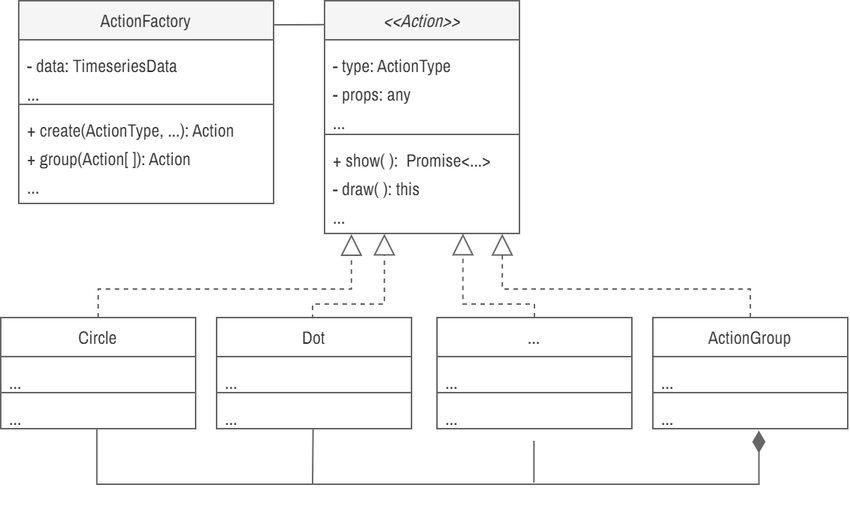
Earlier version of the draw.io export public/static/doc/action-classes.png (saifulkhan/storytelling-vis). Source tidied: cells renumbered, new cells last; positions are measured from the earlier drawing's top-left corner, leaving out a move shared by most shapes. The source it was exported from:
```xml
<mxGraphModel>
  <root>
    <mxCell id="0" />
    <mxCell id="1" parent="0" />
    <mxCell id="2" value="&lt;font face=&quot;Archivo Narrow&quot; style=&quot;font-size: 12px; font-weight: normal;&quot;&gt;&lt;i&gt;&amp;lt;&amp;lt;Action&amp;gt;&amp;gt;&lt;/i&gt;&lt;/font&gt;" style="swimlane;fontStyle=1;align=center;verticalAlign=top;horizontal=1;startSize=26;whiteSpace=wrap;html=1;fontFamily=Fira Sans Extra Condensed;fontSource=https%3A%2F%2Ffonts.googleapis.com%2Fcss%3Ffamily%3DFira%2BSans%2BExtra%2BCondensed;fontSize=12;fontColor=#333333;fillColor=#f5f5f5;strokeColor=#666666;" parent="1" vertex="1">
      <mxGeometry x="216" width="130" height="155" as="geometry" />
    </mxCell>
    <mxCell id="3" value="&lt;font face=&quot;Archivo Narrow&quot; style=&quot;font-size: 12px;&quot;&gt;- type: ActionType&lt;/font&gt;&lt;div&gt;&lt;font face=&quot;Archivo Narrow&quot; style=&quot;font-size: 12px;&quot;&gt;- props: any&lt;/font&gt;&lt;/div&gt;&lt;div&gt;&lt;span style=&quot;font-size: 12px; font-family: &amp;quot;Archivo Narrow&amp;quot;; background-color: initial;&quot;&gt;...&lt;/span&gt;&lt;br&gt;&lt;/div&gt;" style="text;strokeColor=#666666;fillColor=none;align=left;verticalAlign=top;spacingLeft=4;spacingRight=4;overflow=hidden;whiteSpace=wrap;html=1;fontFamily=Fira Sans Extra Condensed;fontSource=https%3A%2F%2Ffonts.googleapis.com%2Fcss%3Ffamily%3DFira%2BSans%2BExtra%2BCondensed;fontSize=16;fontColor=#333333;" parent="2" vertex="1">
      <mxGeometry y="26" width="130" height="63" as="geometry" />
    </mxCell>
    <mxCell id="4" value="&lt;font style=&quot;font-size: 12px;&quot; face=&quot;Archivo Narrow&quot;&gt;+ show( ):&amp;nbsp; Promise&amp;lt;...&amp;gt;&lt;br style=&quot;border-color: var(--border-color);&quot;&gt;- draw( ): this&lt;/font&gt;&lt;div&gt;&lt;font style=&quot;font-size: 12px;&quot; face=&quot;Archivo Narrow&quot;&gt;...&lt;/font&gt;&lt;/div&gt;" style="text;strokeColor=#666666;fillColor=none;align=left;verticalAlign=top;spacingLeft=4;spacingRight=4;overflow=hidden;points=[[0,0.5],[1,0.5]];portConstraint=eastwest;whiteSpace=wrap;html=1;fontFamily=Fira Sans Extra Condensed;fontSource=https%3A%2F%2Ffonts.googleapis.com%2Fcss%3Ffamily%3DFira%2BSans%2BExtra%2BCondensed;fontSize=16;fontColor=#333333;" parent="2" vertex="1">
      <mxGeometry y="89" width="130" height="66" as="geometry" />
    </mxCell>
    <mxCell id="5" value="&lt;font face=&quot;Archivo Narrow&quot;&gt;&lt;span style=&quot;&quot;&gt;Circle&lt;/span&gt;&lt;/font&gt;" style="swimlane;fontStyle=0;align=center;verticalAlign=top;horizontal=1;startSize=26;whiteSpace=wrap;html=1;fontFamily=Fira Sans Extra Condensed;fontSource=https%3A%2F%2Ffonts.googleapis.com%2Fcss%3Ffamily%3DFira%2BSans%2BExtra%2BCondensed;fontSize=12;fontColor=#333333;strokeColor=#666666;" parent="1" vertex="1">
      <mxGeometry y="211" width="130" height="74" as="geometry" />
    </mxCell>
    <mxCell id="6" value="&lt;span style=&quot;font-size: 12px;&quot;&gt;&lt;font face=&quot;Archivo Narrow&quot;&gt;...&lt;/font&gt;&lt;/span&gt;" style="text;strokeColor=#666666;fillColor=none;align=left;verticalAlign=top;spacingLeft=4;spacingRight=4;overflow=hidden;whiteSpace=wrap;html=1;fontFamily=Fira Sans Extra Condensed;fontSource=https%3A%2F%2Ffonts.googleapis.com%2Fcss%3Ffamily%3DFira%2BSans%2BExtra%2BCondensed;fontSize=16;fontColor=#333333;" parent="5" vertex="1">
      <mxGeometry y="26" width="130" height="24" as="geometry" />
    </mxCell>
    <mxCell id="7" value="&lt;font face=&quot;Archivo Narrow&quot; style=&quot;font-size: 12px;&quot;&gt;...&lt;/font&gt;" style="text;strokeColor=#666666;fillColor=none;align=left;verticalAlign=top;spacingLeft=4;spacingRight=4;overflow=hidden;points=[[0,0.5],[1,0.5]];portConstraint=eastwest;whiteSpace=wrap;html=1;fontFamily=Fira Sans Extra Condensed;fontSource=https%3A%2F%2Ffonts.googleapis.com%2Fcss%3Ffamily%3DFira%2BSans%2BExtra%2BCondensed;fontSize=16;fontColor=#333333;" parent="5" vertex="1">
      <mxGeometry y="50" width="130" height="24" as="geometry" />
    </mxCell>
    <mxCell id="8" value="&lt;font face=&quot;Archivo Narrow&quot;&gt;&lt;span style=&quot;&quot;&gt;Dot&lt;/span&gt;&lt;/font&gt;" style="swimlane;fontStyle=0;align=center;verticalAlign=top;horizontal=1;startSize=26;whiteSpace=wrap;html=1;fontFamily=Fira Sans Extra Condensed;fontSource=https%3A%2F%2Ffonts.googleapis.com%2Fcss%3Ffamily%3DFira%2BSans%2BExtra%2BCondensed;fontSize=12;fontColor=#333333;strokeColor=#666666;" parent="1" vertex="1">
      <mxGeometry x="144" y="211" width="130" height="74" as="geometry" />
    </mxCell>
    <mxCell id="9" value="&lt;span style=&quot;font-size: 12px;&quot;&gt;&lt;font face=&quot;Archivo Narrow&quot;&gt;...&lt;/font&gt;&lt;/span&gt;" style="text;strokeColor=#666666;fillColor=none;align=left;verticalAlign=top;spacingLeft=4;spacingRight=4;overflow=hidden;whiteSpace=wrap;html=1;fontFamily=Fira Sans Extra Condensed;fontSource=https%3A%2F%2Ffonts.googleapis.com%2Fcss%3Ffamily%3DFira%2BSans%2BExtra%2BCondensed;fontSize=16;fontColor=#333333;" parent="8" vertex="1">
      <mxGeometry y="26" width="130" height="24" as="geometry" />
    </mxCell>
    <mxCell id="10" value="&lt;font face=&quot;Archivo Narrow&quot; style=&quot;font-size: 12px;&quot;&gt;...&lt;/font&gt;" style="text;strokeColor=#666666;fillColor=none;align=left;verticalAlign=top;spacingLeft=4;spacingRight=4;overflow=hidden;points=[[0,0.5],[1,0.5]];portConstraint=eastwest;whiteSpace=wrap;html=1;fontFamily=Fira Sans Extra Condensed;fontSource=https%3A%2F%2Ffonts.googleapis.com%2Fcss%3Ffamily%3DFira%2BSans%2BExtra%2BCondensed;fontSize=16;fontColor=#333333;" parent="8" vertex="1">
      <mxGeometry y="50" width="130" height="24" as="geometry" />
    </mxCell>
    <mxCell id="11" value="&lt;font face=&quot;Archivo Narrow&quot;&gt;&lt;span style=&quot;&quot;&gt;...&lt;/span&gt;&lt;/font&gt;" style="swimlane;fontStyle=0;align=center;verticalAlign=top;horizontal=1;startSize=26;whiteSpace=wrap;html=1;fontFamily=Fira Sans Extra Condensed;fontSource=https%3A%2F%2Ffonts.googleapis.com%2Fcss%3Ffamily%3DFira%2BSans%2BExtra%2BCondensed;fontSize=12;fontColor=#333333;strokeColor=#666666;" parent="1" vertex="1">
      <mxGeometry x="291" y="211" width="130" height="74" as="geometry" />
    </mxCell>
    <mxCell id="12" value="&lt;span style=&quot;font-size: 12px;&quot;&gt;&lt;font face=&quot;Archivo Narrow&quot;&gt;...&lt;/font&gt;&lt;/span&gt;" style="text;strokeColor=#666666;fillColor=none;align=left;verticalAlign=top;spacingLeft=4;spacingRight=4;overflow=hidden;whiteSpace=wrap;html=1;fontFamily=Fira Sans Extra Condensed;fontSource=https%3A%2F%2Ffonts.googleapis.com%2Fcss%3Ffamily%3DFira%2BSans%2BExtra%2BCondensed;fontSize=16;fontColor=#333333;" parent="11" vertex="1">
      <mxGeometry y="26" width="130" height="24" as="geometry" />
    </mxCell>
    <mxCell id="13" value="&lt;font face=&quot;Archivo Narrow&quot; style=&quot;font-size: 12px;&quot;&gt;...&lt;/font&gt;" style="text;strokeColor=#666666;fillColor=none;align=left;verticalAlign=top;spacingLeft=4;spacingRight=4;overflow=hidden;points=[[0,0.5],[1,0.5]];portConstraint=eastwest;whiteSpace=wrap;html=1;fontFamily=Fira Sans Extra Condensed;fontSource=https%3A%2F%2Ffonts.googleapis.com%2Fcss%3Ffamily%3DFira%2BSans%2BExtra%2BCondensed;fontSize=16;fontColor=#333333;" parent="11" vertex="1">
      <mxGeometry y="50" width="130" height="24" as="geometry" />
    </mxCell>
    <mxCell id="14" style="endArrow=block;dashed=1;endFill=0;endSize=12;html=1;rounded=0;fontColor=#333333;exitX=0.5;exitY=0;exitDx=0;exitDy=0;edgeStyle=orthogonalEdgeStyle;strokeColor=#666666;entryX=0.138;entryY=1.006;entryDx=0;entryDy=0;entryPerimeter=0;" parent="1" edge="1" source="5" target="4">
      <mxGeometry relative="1" as="geometry">
        <Array as="points">
          <mxPoint x="65" y="192" />
          <mxPoint x="234" y="192" />
        </Array>
      </mxGeometry>
    </mxCell>
    <mxCell id="15" style="endArrow=block;dashed=1;endFill=0;endSize=12;html=1;rounded=0;fontColor=#333333;exitX=0.5;exitY=0;exitDx=0;exitDy=0;entryX=0.307;entryY=1.002;entryDx=0;entryDy=0;entryPerimeter=0;edgeStyle=orthogonalEdgeStyle;strokeColor=#666666;" parent="1" edge="1" source="8" target="4">
      <mxGeometry relative="1" as="geometry">
        <Array as="points">
          <mxPoint x="208" y="211" />
          <mxPoint x="208" y="202" />
          <mxPoint x="256" y="202" />
        </Array>
      </mxGeometry>
    </mxCell>
    <mxCell id="16" style="endArrow=block;dashed=1;endFill=0;endSize=12;html=1;rounded=0;fontColor=#333333;exitX=0.5;exitY=0;exitDx=0;exitDy=0;entryX=0.71;entryY=1.001;entryDx=0;entryDy=0;entryPerimeter=0;edgeStyle=orthogonalEdgeStyle;strokeColor=#666666;" parent="1" edge="1" source="11" target="4">
      <mxGeometry relative="1" as="geometry">
        <Array as="points">
          <mxPoint x="356" y="202" />
          <mxPoint x="308" y="202" />
        </Array>
      </mxGeometry>
    </mxCell>
    <mxCell id="17" value="&lt;font face=&quot;Archivo Narrow&quot; style=&quot;font-size: 12px; font-weight: normal;&quot;&gt;ActionFactory&lt;/font&gt;" style="swimlane;fontStyle=1;align=center;verticalAlign=top;horizontal=1;startSize=26;whiteSpace=wrap;html=1;fontFamily=Fira Sans Extra Condensed;fontSource=https%3A%2F%2Ffonts.googleapis.com%2Fcss%3Ffamily%3DFira%2BSans%2BExtra%2BCondensed;fontSize=12;fontColor=#333333;fillColor=#f5f5f5;strokeColor=#666666;" parent="1" vertex="1">
      <mxGeometry x="12" width="170" height="135" as="geometry" />
    </mxCell>
    <mxCell id="18" value="&lt;font face=&quot;Archivo Narrow&quot; style=&quot;font-size: 12px;&quot;&gt;- data: TimeseriesData&lt;/font&gt;&lt;div&gt;&lt;span style=&quot;font-size: 12px; font-family: &amp;quot;Archivo Narrow&amp;quot;; background-color: initial;&quot;&gt;...&lt;/span&gt;&lt;br&gt;&lt;/div&gt;" style="text;strokeColor=#666666;fillColor=none;align=left;verticalAlign=top;spacingLeft=4;spacingRight=4;overflow=hidden;whiteSpace=wrap;html=1;fontFamily=Fira Sans Extra Condensed;fontSource=https%3A%2F%2Ffonts.googleapis.com%2Fcss%3Ffamily%3DFira%2BSans%2BExtra%2BCondensed;fontSize=16;fontColor=#333333;" parent="17" vertex="1">
      <mxGeometry y="26" width="170" height="43" as="geometry" />
    </mxCell>
    <mxCell id="19" value="&lt;font style=&quot;font-size: 12px;&quot; face=&quot;Archivo Narrow&quot;&gt;+ create(ActionType, ...): Action&lt;br style=&quot;border-color: var(--border-color);&quot;&gt;+ group(Action[ ]): Action&lt;/font&gt;&lt;div&gt;&lt;font face=&quot;Archivo Narrow&quot;&gt;&lt;span style=&quot;font-size: 12px;&quot;&gt;...&lt;/span&gt;&lt;/font&gt;&lt;/div&gt;" style="text;strokeColor=#666666;fillColor=none;align=left;verticalAlign=top;spacingLeft=4;spacingRight=4;overflow=hidden;whiteSpace=wrap;html=1;fontFamily=Fira Sans Extra Condensed;fontSource=https%3A%2F%2Ffonts.googleapis.com%2Fcss%3Ffamily%3DFira%2BSans%2BExtra%2BCondensed;fontSize=16;fontColor=#333333;" parent="17" vertex="1">
      <mxGeometry y="69" width="170" height="66" as="geometry" />
    </mxCell>
    <mxCell id="20" style="endArrow=none;html=1;rounded=0;strokeColor=#666666;entryX=0;entryY=-0.001;entryDx=0;entryDy=0;entryPerimeter=0;exitX=0.994;exitY=0.001;exitDx=0;exitDy=0;exitPerimeter=0;" parent="1" edge="1">
      <mxGeometry relative="1" as="geometry">
        <mxPoint x="182" y="16" as="sourcePoint" />
        <mxPoint x="216" y="15.9" as="targetPoint" />
      </mxGeometry>
    </mxCell>
    <mxCell id="21" value="&lt;font face=&quot;Archivo Narrow&quot;&gt;&lt;span style=&quot;&quot;&gt;ActionGroup&lt;/span&gt;&lt;/font&gt;" style="swimlane;fontStyle=0;align=center;verticalAlign=top;horizontal=1;startSize=26;whiteSpace=wrap;html=1;fontFamily=Fira Sans Extra Condensed;fontSource=https%3A%2F%2Ffonts.googleapis.com%2Fcss%3Ffamily%3DFira%2BSans%2BExtra%2BCondensed;fontSize=12;fontColor=#333333;strokeColor=#666666;" parent="1" vertex="1">
      <mxGeometry x="435" y="211" width="130" height="74" as="geometry" />
    </mxCell>
    <mxCell id="22" value="&lt;span style=&quot;font-size: 12px;&quot;&gt;&lt;font face=&quot;Archivo Narrow&quot;&gt;...&lt;/font&gt;&lt;/span&gt;" style="text;strokeColor=#666666;fillColor=none;align=left;verticalAlign=top;spacingLeft=4;spacingRight=4;overflow=hidden;whiteSpace=wrap;html=1;fontFamily=Fira Sans Extra Condensed;fontSource=https%3A%2F%2Ffonts.googleapis.com%2Fcss%3Ffamily%3DFira%2BSans%2BExtra%2BCondensed;fontSize=16;fontColor=#333333;" parent="21" vertex="1">
      <mxGeometry y="26" width="130" height="24" as="geometry" />
    </mxCell>
    <mxCell id="23" value="&lt;font face=&quot;Archivo Narrow&quot; style=&quot;font-size: 12px;&quot;&gt;...&lt;/font&gt;" style="text;strokeColor=#666666;fillColor=none;align=left;verticalAlign=top;spacingLeft=4;spacingRight=4;overflow=hidden;points=[[0,0.5],[1,0.5]];portConstraint=eastwest;whiteSpace=wrap;html=1;fontFamily=Fira Sans Extra Condensed;fontSource=https%3A%2F%2Ffonts.googleapis.com%2Fcss%3Ffamily%3DFira%2BSans%2BExtra%2BCondensed;fontSize=16;fontColor=#333333;" parent="21" vertex="1">
      <mxGeometry y="50" width="130" height="24" as="geometry" />
    </mxCell>
    <mxCell id="24" style="endArrow=block;dashed=1;endFill=0;endSize=12;html=1;rounded=0;fontColor=#333333;exitX=0.5;exitY=0;exitDx=0;exitDy=0;entryX=0.912;entryY=1.003;entryDx=0;entryDy=0;entryPerimeter=0;edgeStyle=orthogonalEdgeStyle;strokeColor=#666666;" parent="1" edge="1" source="21" target="4">
      <mxGeometry relative="1" as="geometry">
        <Array as="points">
          <mxPoint x="500" y="192" />
          <mxPoint x="335" y="192" />
        </Array>
      </mxGeometry>
    </mxCell>
    <mxCell id="25" style="endArrow=diamondThin;endFill=1;endSize=12;html=1;rounded=0;entryX=0.544;entryY=1.054;entryDx=0;entryDy=0;entryPerimeter=0;edgeStyle=orthogonalEdgeStyle;exitX=0.493;exitY=1.006;exitDx=0;exitDy=0;exitPerimeter=0;strokeColor=#666666;" parent="1" edge="1" source="7" target="23">
      <mxGeometry relative="1" as="geometry">
        <Array as="points">
          <mxPoint x="64" y="322" />
          <mxPoint x="506" y="322" />
        </Array>
      </mxGeometry>
    </mxCell>
    <mxCell id="26" style="endArrow=none;html=1;rounded=0;entryX=0.495;entryY=0.995;entryDx=0;entryDy=0;entryPerimeter=0;strokeColor=#666666;" parent="1" edge="1" target="10">
      <mxGeometry relative="1" as="geometry">
        <mxPoint x="208" y="322" as="sourcePoint" />
      </mxGeometry>
    </mxCell>
    <mxCell id="27" style="endArrow=none;html=1;rounded=0;entryX=0.503;entryY=1.037;entryDx=0;entryDy=0;entryPerimeter=0;strokeColor=#666666;" parent="1" edge="1">
      <mxGeometry relative="1" as="geometry">
        <mxPoint x="355.7" y="321" as="sourcePoint" />
        <mxPoint x="355.7" y="293" as="targetPoint" />
      </mxGeometry>
    </mxCell>
  </root>
</mxGraphModel>
```
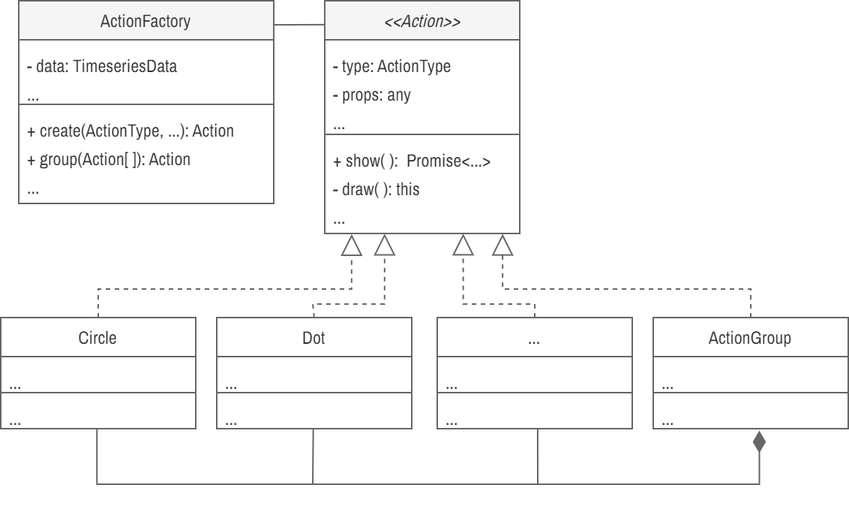
After the commit.

Change to the diagram source:
```diff
@@ -108,10 +108,9 @@
         <mxPoint x="208" y="322" as="sourcePoint" />
       </mxGeometry>
     </mxCell>
-    <mxCell id="27" style="endArrow=none;html=1;rounded=0;entryX=0.503;entryY=1.037;entryDx=0;entryDy=0;entryPerimeter=0;strokeColor=#666666;" parent="1" edge="1">
+    <mxCell id="27" style="endArrow=none;html=1;rounded=0;entryX=0.515;entryY=1.001;entryDx=0;entryDy=0;entryPerimeter=0;strokeColor=#666666;" parent="1" edge="1" target="13">
       <mxGeometry relative="1" as="geometry">
-        <mxPoint x="355.7" y="321" as="sourcePoint" />
-        <mxPoint x="355.7" y="293" as="targetPoint" />
+        <mxPoint x="358" y="322" as="sourcePoint" />
       </mxGeometry>
     </mxCell>
   </root>
```
